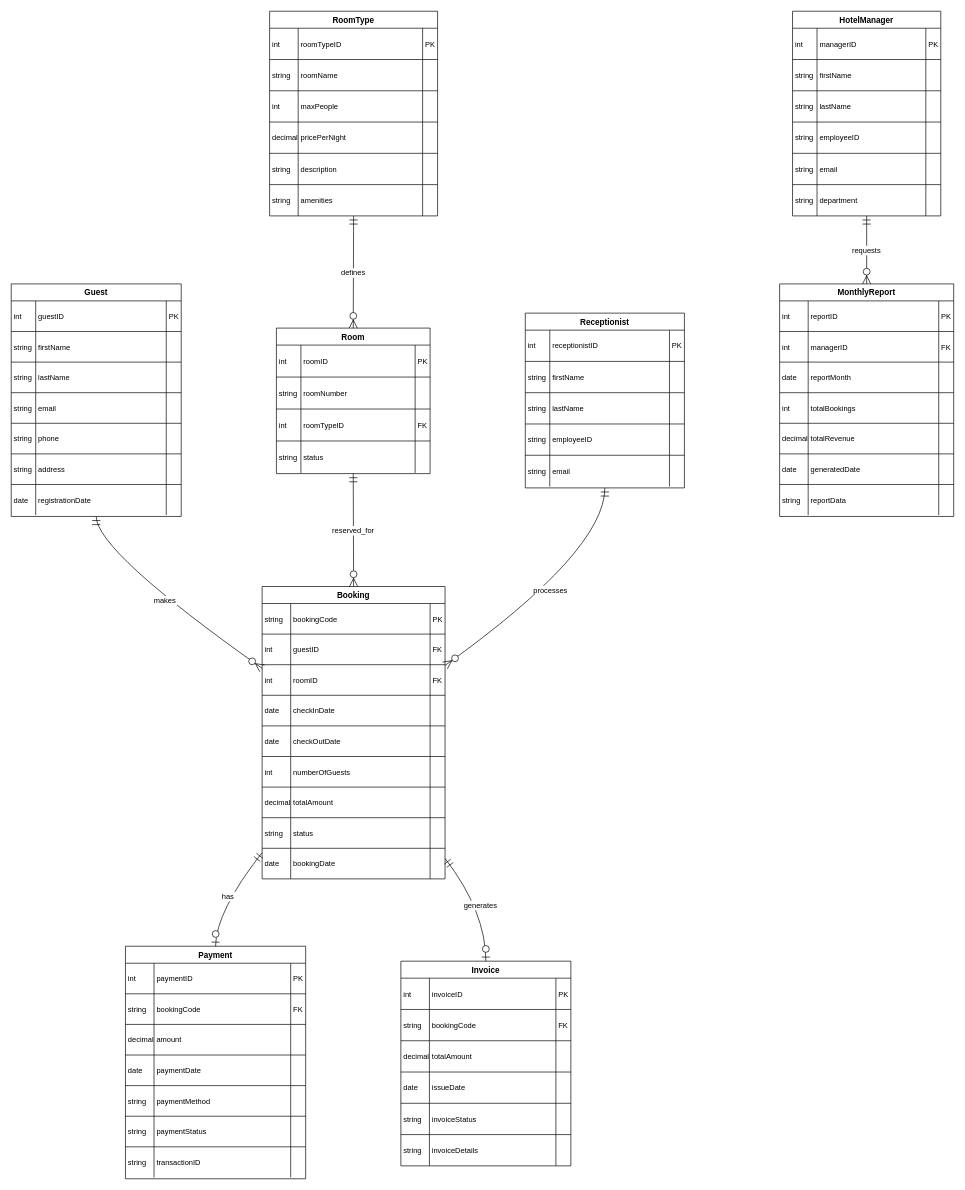
This is Domain Diagram.drawio from aminelfc96/SE, a draw.io file, before an edit. Source tidied: cells renumbered, new cells numbered last; positions are measured from the earlier drawing's top-left corner, leaving out a move shared by most shapes. Both pictures are drawn from the tidied source at 68%, with x=0, y=0 at pixel (11, 11).
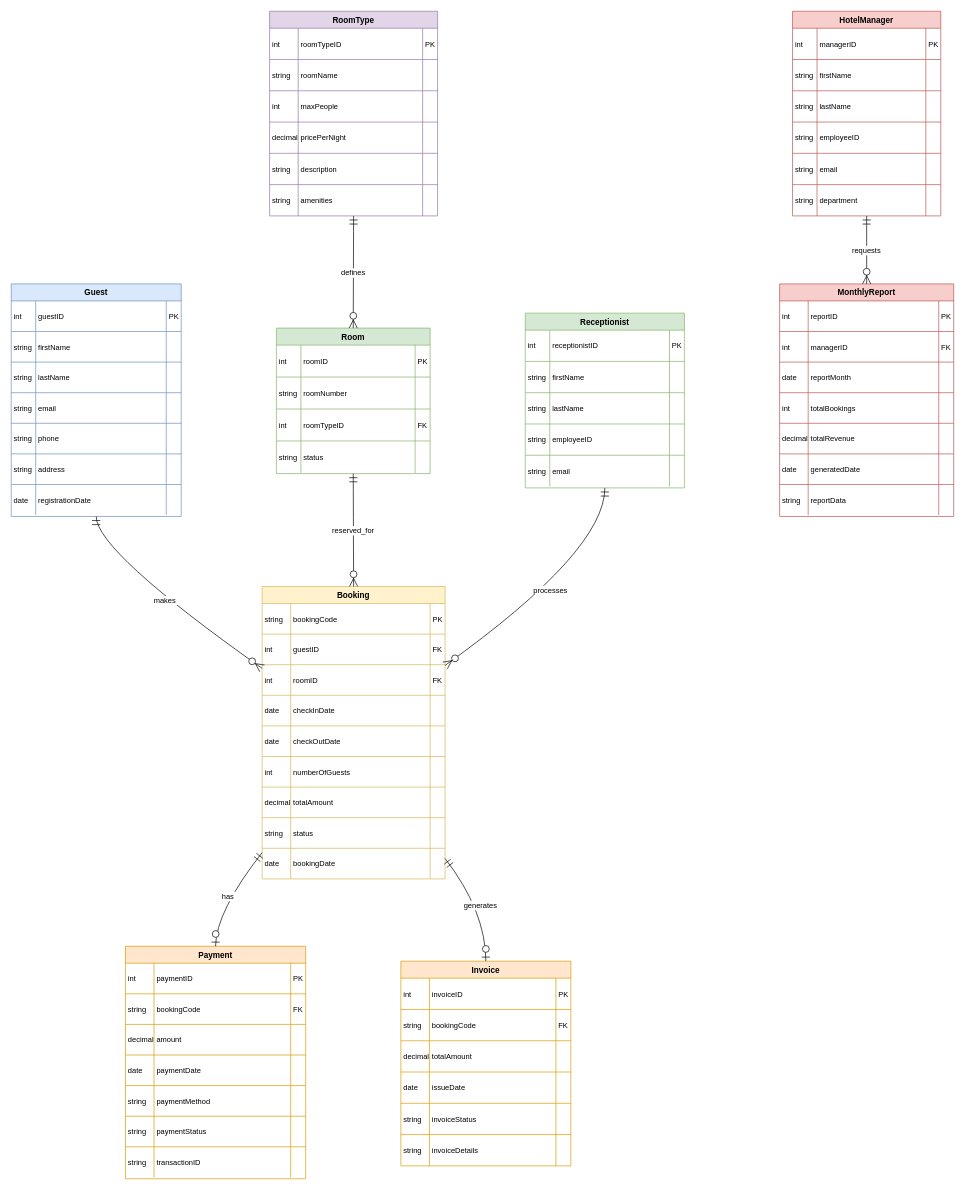
The same diagram, later.

Diff of the diagram source:
```diff
@@
-    <mxCell id="2" value="Guest" style="shape=table;startSize=25;childLayout=tableLayout;rowLines=1;fontStyle=1;align=center;" parent="1" vertex="1">
+    <mxCell id="2" value="Guest" style="shape=table;startSize=25;childLayout=tableLayout;rowLines=1;fontStyle=1;align=center;fillColor=#dae8fc;strokeColor=#6c8ebf;" parent="1" vertex="1">
       <mxGeometry y="401" width="250" height="342" as="geometry" />
     </mxCell>
@@
-    <mxCell id="31" value="Booking" style="shape=table;startSize=25;childLayout=tableLayout;rowLines=1;fontStyle=1;align=center;" parent="1" vertex="1">
+    <mxCell id="31" value="Booking" style="shape=table;startSize=25;childLayout=tableLayout;rowLines=1;fontStyle=1;align=center;fillColor=#fff2cc;strokeColor=#d6b656;" parent="1" vertex="1">
       <mxGeometry x="369" y="846" width="269" height="430" as="geometry" />
     </mxCell>
@@
-    <mxCell id="68" value="Room" style="shape=table;startSize=25;childLayout=tableLayout;rowLines=1;fontStyle=1;align=center;" parent="1" vertex="1">
+    <mxCell id="68" value="Room" style="shape=table;startSize=25;childLayout=tableLayout;rowLines=1;fontStyle=1;align=center;fillColor=#d5e8d4;strokeColor=#82b366;" parent="1" vertex="1">
       <mxGeometry x="390" y="466" width="226" height="214" as="geometry" />
     </mxCell>
@@
-    <mxCell id="85" value="RoomType" style="shape=table;startSize=25;childLayout=tableLayout;rowLines=1;fontStyle=1;align=center;" parent="1" vertex="1">
+    <mxCell id="85" value="RoomType" style="shape=table;startSize=25;childLayout=tableLayout;rowLines=1;fontStyle=1;align=center;fillColor=#e1d5e7;strokeColor=#9673a6;" parent="1" vertex="1">
       <mxGeometry x="380" width="247" height="301" as="geometry" />
     </mxCell>
@@
-    <mxCell id="110" value="Payment" style="shape=table;startSize=25;childLayout=tableLayout;rowLines=1;fontStyle=1;align=center;" parent="1" vertex="1">
+    <mxCell id="110" value="Payment" style="shape=table;startSize=25;childLayout=tableLayout;rowLines=1;fontStyle=1;align=center;fillColor=#ffe6cc;strokeColor=#d79b00;" parent="1" vertex="1">
       <mxGeometry x="168" y="1375" width="265" height="342" as="geometry" />
     </mxCell>
@@
-    <mxCell id="139" value="Invoice" style="shape=table;startSize=25;childLayout=tableLayout;rowLines=1;fontStyle=1;align=center;" parent="1" vertex="1">
+    <mxCell id="139" value="Invoice" style="shape=table;startSize=25;childLayout=tableLayout;rowLines=1;fontStyle=1;align=center;fillColor=#ffe6cc;strokeColor=#d79b00;" parent="1" vertex="1">
       <mxGeometry x="573" y="1397" width="250" height="301" as="geometry" />
     </mxCell>
@@
-    <mxCell id="164" value="Receptionist" style="shape=table;startSize=25;childLayout=tableLayout;rowLines=1;fontStyle=1;align=center;" parent="1" vertex="1">
+    <mxCell id="164" value="Receptionist" style="shape=table;startSize=25;childLayout=tableLayout;rowLines=1;fontStyle=1;align=center;fillColor=#d5e8d4;strokeColor=#82b366;" parent="1" vertex="1">
       <mxGeometry x="756" y="444" width="234" height="257" as="geometry" />
     </mxCell>
@@
-    <mxCell id="185" value="HotelManager" style="shape=table;startSize=25;childLayout=tableLayout;rowLines=1;fontStyle=1;align=center;" parent="1" vertex="1">
+    <mxCell id="185" value="HotelManager" style="shape=table;startSize=25;childLayout=tableLayout;rowLines=1;fontStyle=1;align=center;fillColor=#f8cecc;strokeColor=#b85450;" parent="1" vertex="1">
       <mxGeometry x="1149" width="218" height="301" as="geometry" />
     </mxCell>
@@
-    <mxCell id="210" value="MonthlyReport" style="shape=table;startSize=25;childLayout=tableLayout;rowLines=1;fontStyle=1;align=center;" parent="1" vertex="1">
+    <mxCell id="210" value="MonthlyReport" style="shape=table;startSize=25;childLayout=tableLayout;rowLines=1;fontStyle=1;align=center;fillColor=#f8cecc;strokeColor=#b85450;" parent="1" vertex="1">
       <mxGeometry x="1130" y="401" width="256" height="342" as="geometry" />
     </mxCell>
```
